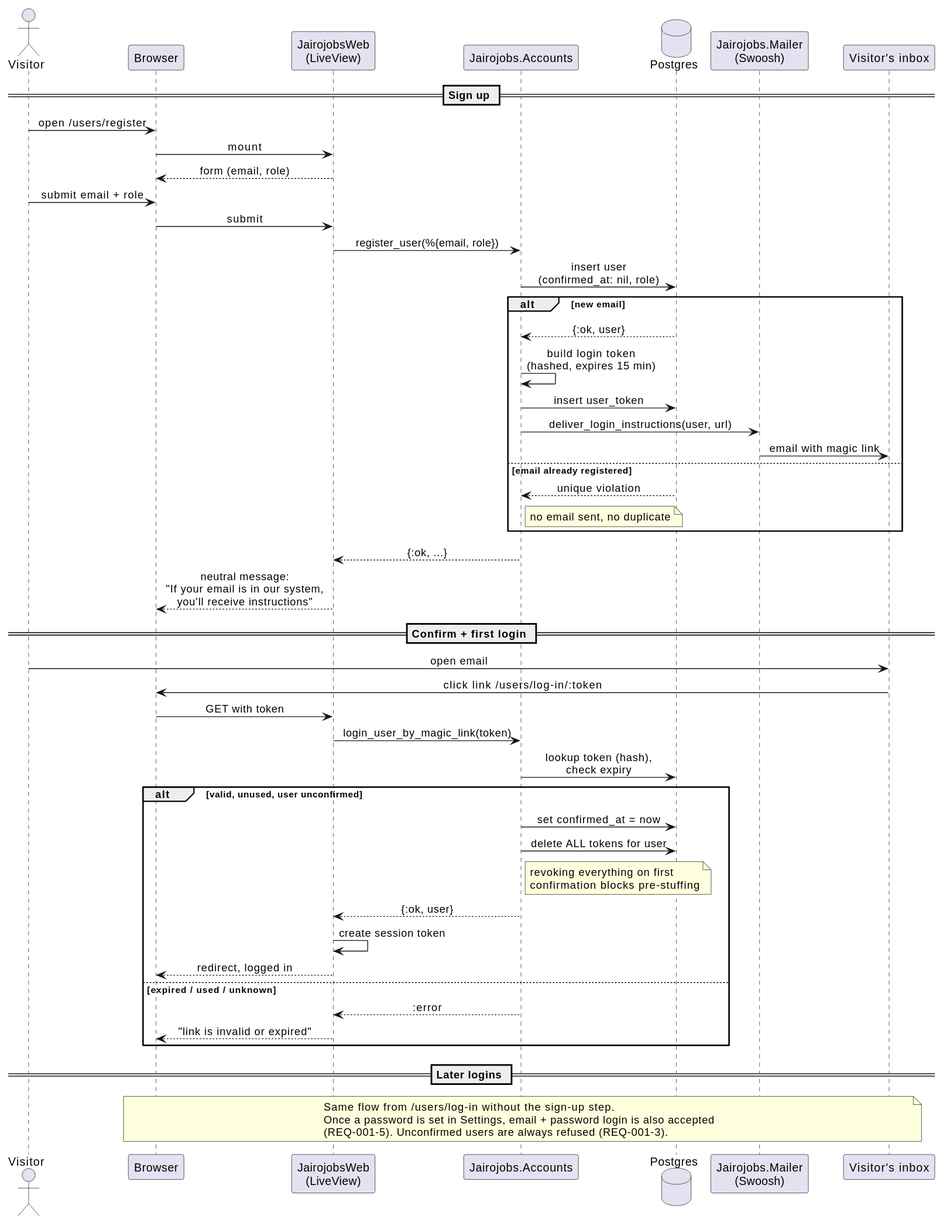
This is docs/specs/001-accounts-authentication/diagrams/sequence-magic-link-signup.svg from raseniero/jairojobs-elixir, a PlantUML export, as it was before one commit. The source it was exported from:
```plantuml
@startuml

skinparam sequenceMessageAlign center
skinparam responseMessageBelowArrow true

actor Visitor
participant "Browser" as B
participant "JairojobsWeb\n(LiveView)" as W
participant "Jairojobs.Accounts" as ACC
database "Postgres" as DB
participant "Jairojobs.Mailer\n(Swoosh)" as M
participant "Visitor's inbox" as INBOX

== Sign up ==
Visitor -> B : open /users/register
B -> W : mount
W --> B : form (email, role)
Visitor -> B : submit email + role
B -> W : submit
W -> ACC : register_user(%{email, role})
ACC -> DB : insert user\n(confirmed_at: nil, role)
alt new email
  DB --> ACC : {:ok, user}
  ACC -> ACC : build login token\n(hashed, expires 15 min)
  ACC -> DB : insert user_token
  ACC -> M : deliver_login_instructions(user, url)
  M -> INBOX : email with magic link
else email already registered
  DB --> ACC : unique violation
  note right of ACC : no email sent, no duplicate
end
ACC --> W : {:ok, ...}
W --> B : neutral message:\n"If your email is in our system,\nyou'll receive instructions"

== Confirm + first login ==
Visitor -> INBOX : open email
INBOX -> B : click link /users/log-in/:token
B -> W : GET with token
W -> ACC : login_user_by_magic_link(token)
ACC -> DB : lookup token (hash),\ncheck expiry
alt valid, unused, user unconfirmed
  ACC -> DB : set confirmed_at = now
  ACC -> DB : delete ALL tokens for user
  note right of ACC : revoking everything on first\nconfirmation blocks pre-stuffing
  ACC --> W : {:ok, user}
  W -> W : create session token
  W --> B : redirect, logged in
else expired / used / unknown
  ACC --> W : :error
  W --> B : "link is invalid or expired"
end

== Later logins ==
note over B, INBOX
  Same flow from /users/log-in without the sign-up step.
  Once a password is set in Settings, email + password login is also accepted
  (REQ-001-5). Unconfirmed users are always refused (REQ-001-3).
end note
@enduml
```
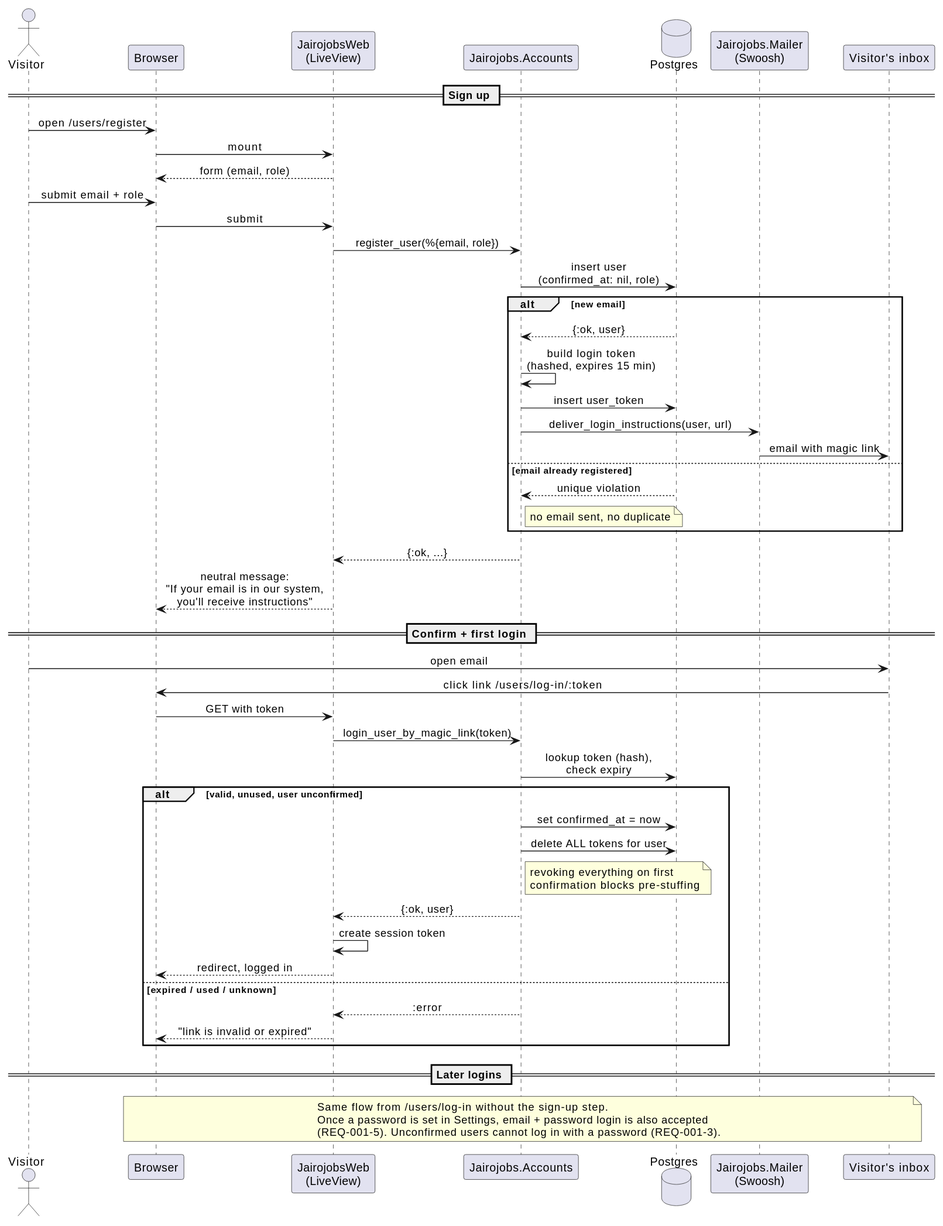
The same file after the commit.

Commit message:
docs(spec 001): tighten REQ-001-3 wording on unconfirmed accounts; align two diagrams

Change to the diagram source:
```diff
@@ -54,6 +54,6 @@
 note over B, INBOX
   Same flow from /users/log-in without the sign-up step.
   Once a password is set in Settings, email + password login is also accepted
-  (REQ-001-5). Unconfirmed users are always refused (REQ-001-3).
+  (REQ-001-5). Unconfirmed users cannot log in with a password (REQ-001-3).
 end note
 @enduml
```
